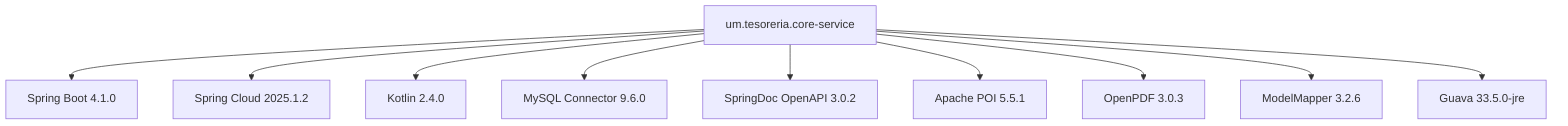
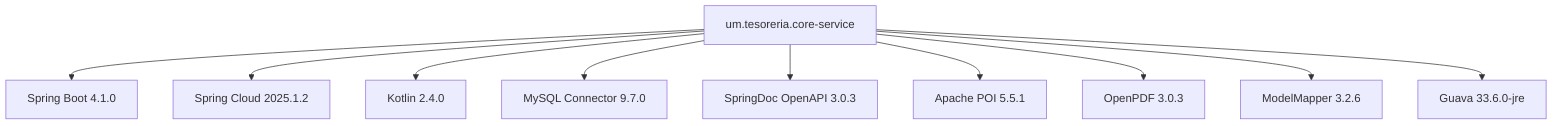
flowchart TD
    A[um.tesoreria.core-service] --> B[Spring Boot 4.1.0]
    A --> C[Spring Cloud 2025.1.2]
    A --> D[Kotlin 2.4.0]
-     A --> E[MySQL Connector 9.6.0]
-     A --> F[SpringDoc OpenAPI 3.0.2]
+     A --> E[MySQL Connector 9.7.0]
+     A --> F[SpringDoc OpenAPI 3.0.3]
    A --> G[Apache POI 5.5.1]
    A --> H[OpenPDF 3.0.3]
    A --> I[ModelMapper 3.2.6]
-     A --> J[Guava 33.5.0-jre]
+     A --> J[Guava 33.6.0-jre]
